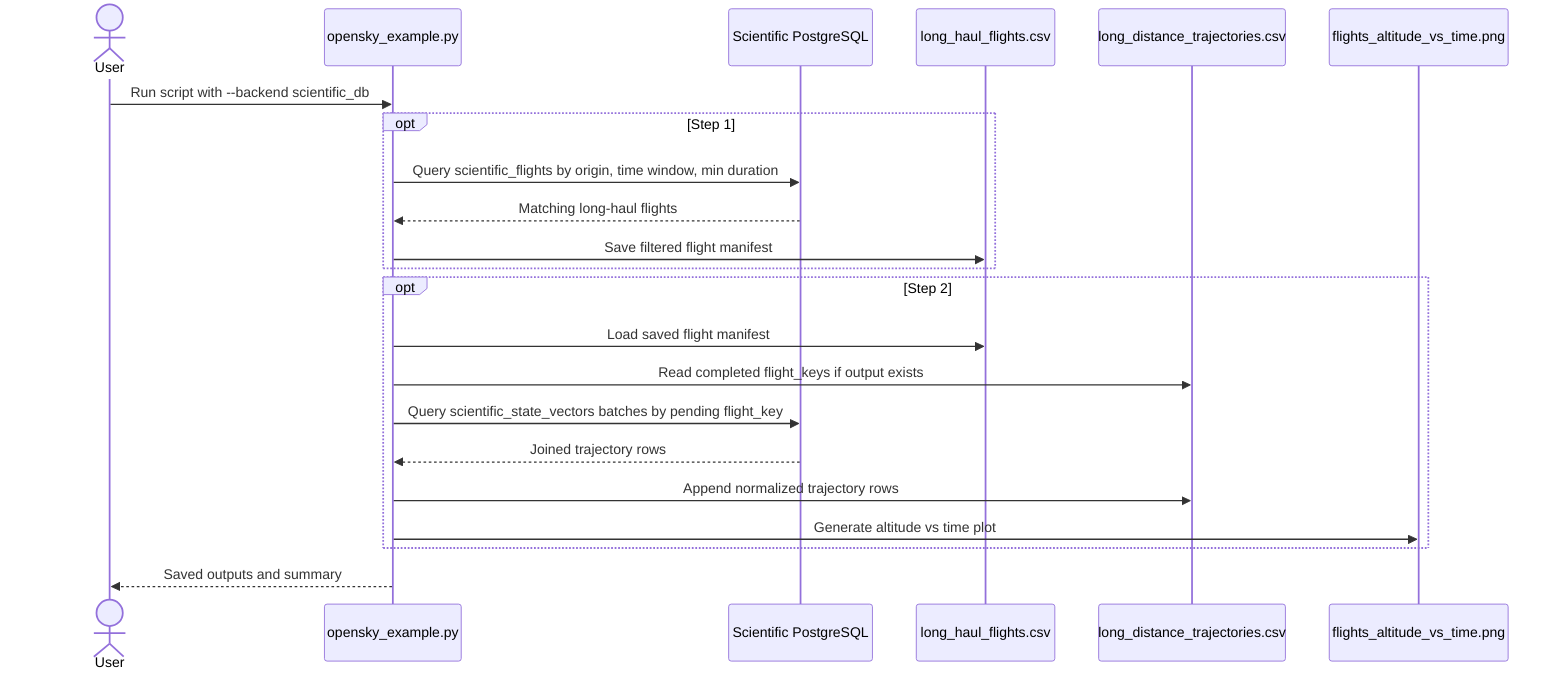
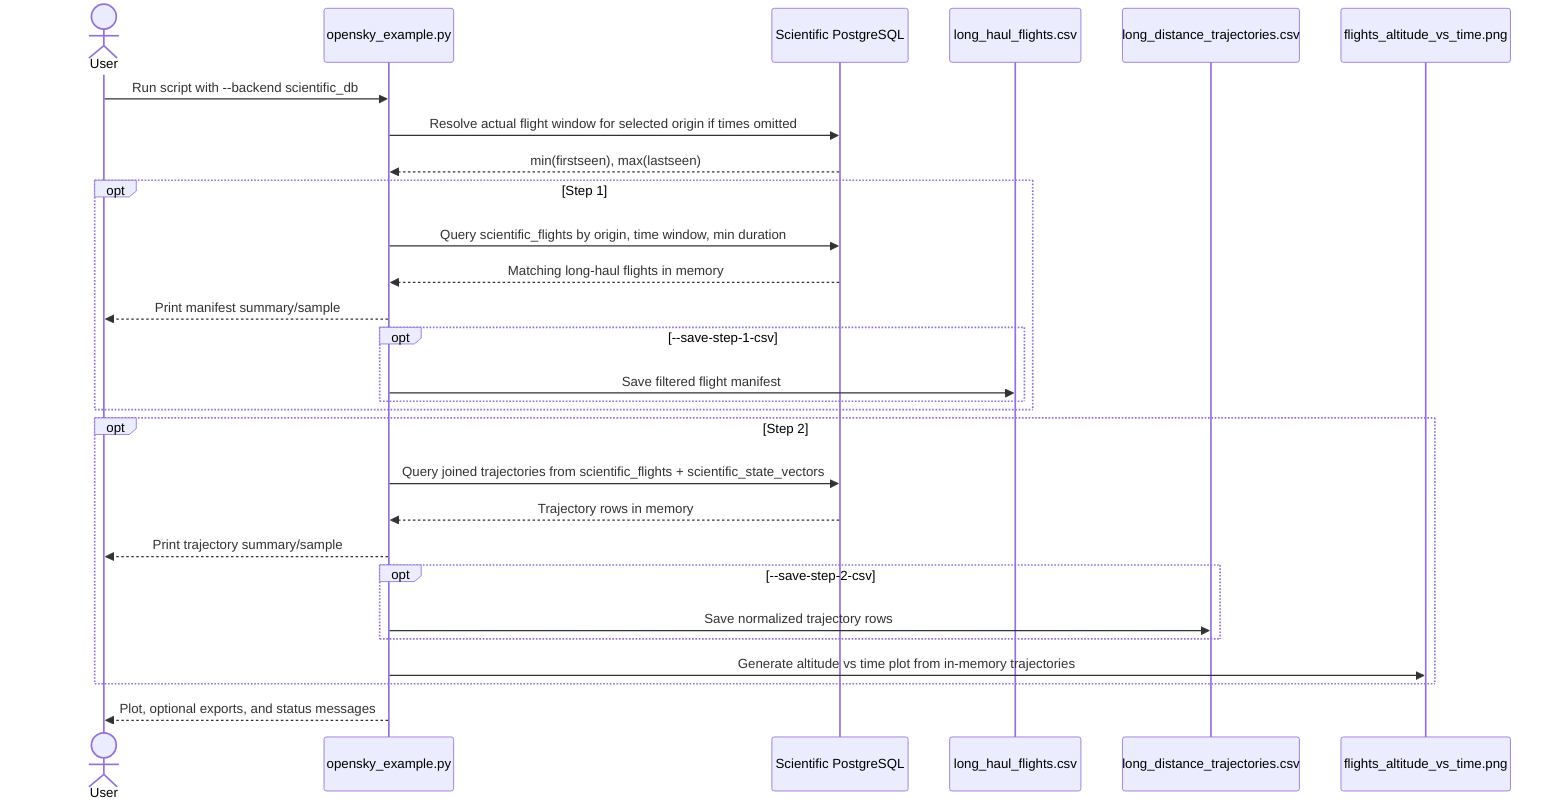
sequenceDiagram
    actor User
    participant CLI as opensky_example.py
    participant DB as Scientific PostgreSQL
    participant Step1CSV as long_haul_flights.csv
    participant Step2CSV as long_distance_trajectories.csv
    participant Plot as flights_altitude_vs_time.png

    User->>CLI: Run script with --backend scientific_db
+     CLI->>DB: Resolve actual flight window for selected origin if times omitted
+     DB-->>CLI: min(firstseen), max(lastseen)

    opt Step 1
        CLI->>DB: Query scientific_flights by origin, time window, min duration
-         DB-->>CLI: Matching long-haul flights
-         CLI->>Step1CSV: Save filtered flight manifest
+         DB-->>CLI: Matching long-haul flights in memory
+         CLI-->>User: Print manifest summary/sample
+         opt --save-step-1-csv
+             CLI->>Step1CSV: Save filtered flight manifest
+         end
    end

    opt Step 2
-         CLI->>Step1CSV: Load saved flight manifest
-         CLI->>Step2CSV: Read completed flight_keys if output exists
-         CLI->>DB: Query scientific_state_vectors batches by pending flight_key
-         DB-->>CLI: Joined trajectory rows
-         CLI->>Step2CSV: Append normalized trajectory rows
-         CLI->>Plot: Generate altitude vs time plot
+         CLI->>DB: Query joined trajectories from scientific_flights + scientific_state_vectors
+         DB-->>CLI: Trajectory rows in memory
+         CLI-->>User: Print trajectory summary/sample
+         opt --save-step-2-csv
+             CLI->>Step2CSV: Save normalized trajectory rows
+         end
+         CLI->>Plot: Generate altitude vs time plot from in-memory trajectories
    end

-     CLI-->>User: Saved outputs and summary
+     CLI-->>User: Plot, optional exports, and status messages
